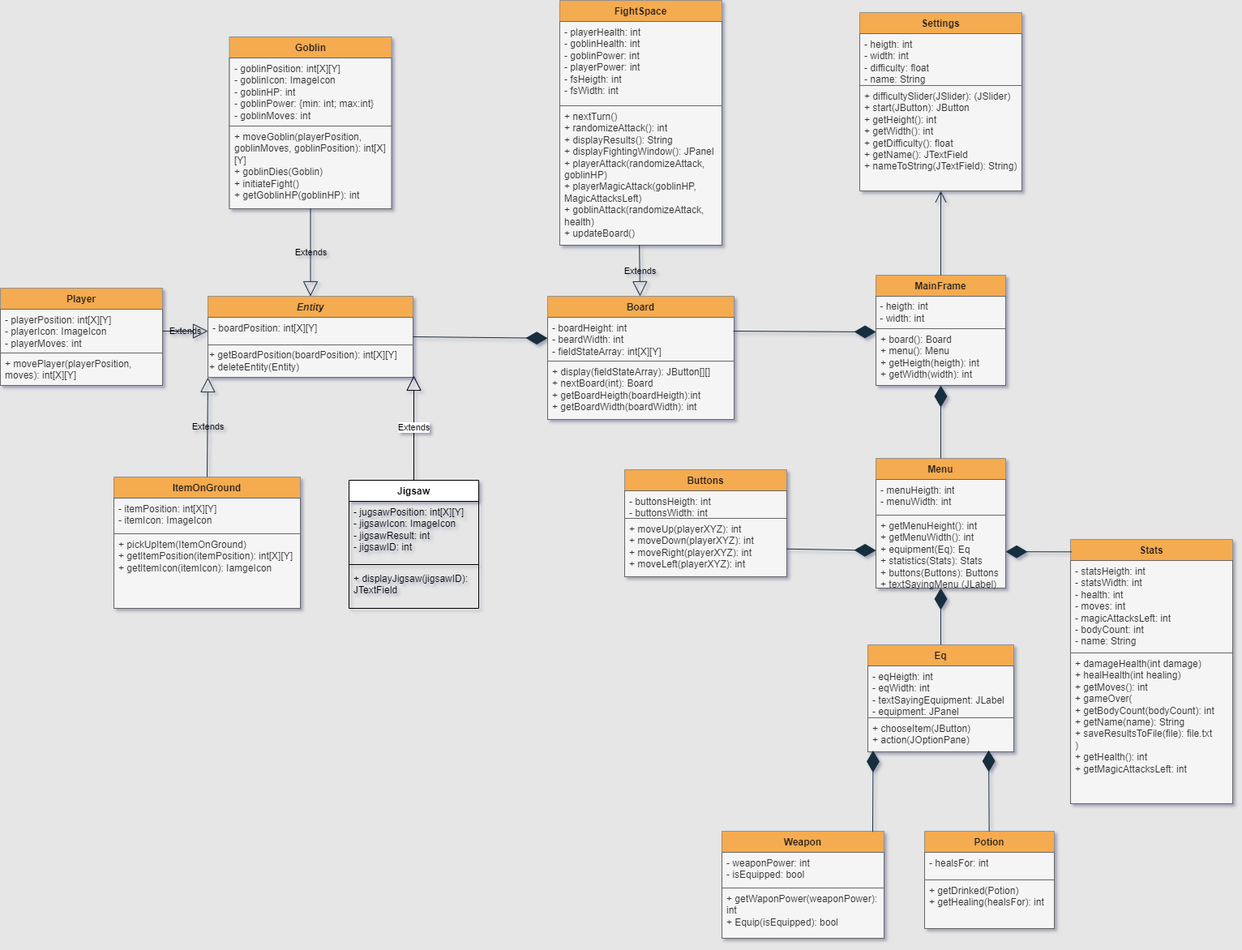
Before: diagram_klas.png, a diagram exported from draw.io (jacob-w4/Java-simple-game). Source tidied: cells renumbered, new cells last; positions are measured from the earlier drawing's top-left corner, leaving out a move shared by most shapes.
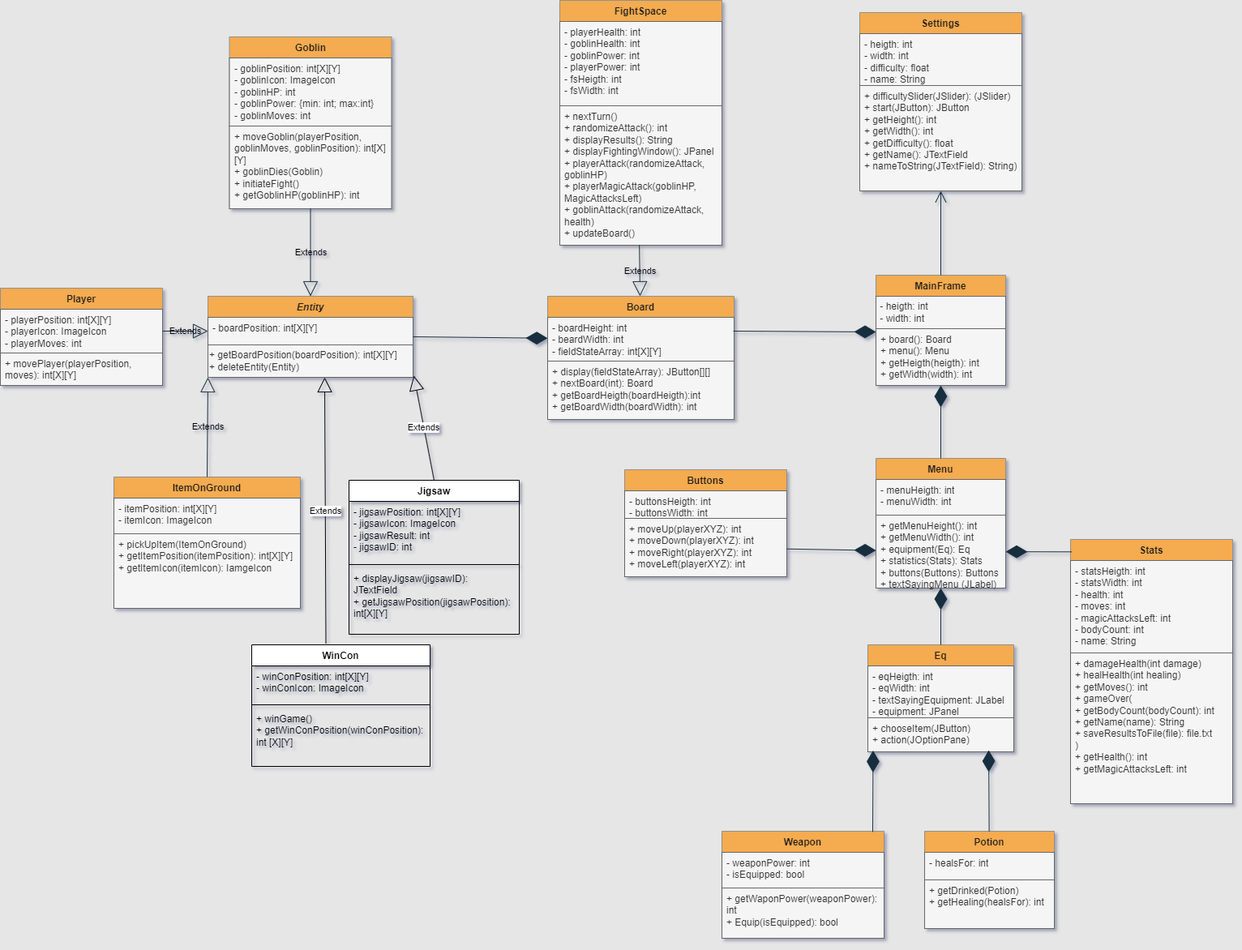
After the commit.

What changed in the source:
```diff
@@ -210,19 +210,36 @@
       <mxGeometry relative="1" as="geometry" />
     </mxCell>
     <mxCell id="71" value="Jigsaw" style="swimlane;fontStyle=1;align=center;verticalAlign=top;horizontal=1;startSize=26;whiteSpace=wrap;html=1;" parent="1" vertex="1">
-      <mxGeometry x="430" y="592" width="160" height="158" as="geometry" />
+      <mxGeometry x="430" y="592" width="210" height="190" as="geometry" />
     </mxCell>
-    <mxCell id="72" value="- jugsawPosition: int[X][Y]&lt;br&gt;- jigsawIcon: ImageIcon&lt;br&gt;- jigsawResult: int&lt;br&gt;- jigsawID: int" style="text;strokeColor=none;fillColor=none;align=left;verticalAlign=top;spacingLeft=4;spacingRight=4;overflow=hidden;whiteSpace=wrap;html=1;" parent="71" vertex="1">
-      <mxGeometry y="26" width="160" height="74" as="geometry" />
+    <mxCell id="72" value="- jigsawPosition: int[X][Y]&lt;br&gt;- jigsawIcon: ImageIcon&lt;br&gt;- jigsawResult: int&lt;br&gt;- jigsawID: int" style="text;strokeColor=none;fillColor=none;align=left;verticalAlign=top;spacingLeft=4;spacingRight=4;overflow=hidden;whiteSpace=wrap;html=1;" parent="71" vertex="1">
+      <mxGeometry y="26" width="210" height="74" as="geometry" />
     </mxCell>
     <mxCell id="73" style="line;strokeWidth=1;fillColor=none;align=left;verticalAlign=middle;spacingTop=-1;spacingLeft=3;spacingRight=3;labelPosition=right;strokeColor=inherit;" parent="71" vertex="1">
-      <mxGeometry y="100" width="160" height="8" as="geometry" />
+      <mxGeometry y="100" width="210" height="8" as="geometry" />
     </mxCell>
-    <mxCell id="74" value="+ displayJigsaw(jigsawID):&lt;br&gt;JTextField" style="text;strokeColor=none;fillColor=none;align=left;verticalAlign=top;spacingLeft=4;spacingRight=4;overflow=hidden;whiteSpace=wrap;html=1;" parent="71" vertex="1">
-      <mxGeometry y="108" width="160" height="50" as="geometry" />
+    <mxCell id="74" value="+ displayJigsaw(jigsawID):&lt;br&gt;JTextField&lt;br&gt;+ getJigsawPosition(jigsawPosition): int[X][Y]" style="text;strokeColor=none;fillColor=none;align=left;verticalAlign=top;spacingLeft=4;spacingRight=4;overflow=hidden;whiteSpace=wrap;html=1;" parent="71" vertex="1">
+      <mxGeometry y="108" width="210" height="82" as="geometry" />
     </mxCell>
     <mxCell id="75" value="Extends" style="endArrow=block;endSize=16;endFill=0;html=1;rounded=0;exitX=0.5;exitY=0;exitDx=0;exitDy=0;entryX=1.004;entryY=0.95;entryDx=0;entryDy=0;entryPerimeter=0;" parent="1" edge="1" source="71" target="33">
       <mxGeometry relative="1" as="geometry" />
     </mxCell>
+    <mxCell id="76" value="WinCon" style="swimlane;fontStyle=1;align=center;verticalAlign=top;horizontal=1;startSize=26;whiteSpace=wrap;html=1;" parent="1" vertex="1">
+      <mxGeometry x="310" y="795" width="220" height="150" as="geometry" />
+    </mxCell>
+    <mxCell id="77" value="- winConPosition: int[X][Y]&lt;br&gt;- winConIcon: ImageIcon" style="text;strokeColor=none;fillColor=none;align=left;verticalAlign=top;spacingLeft=4;spacingRight=4;overflow=hidden;whiteSpace=wrap;html=1;" parent="76" vertex="1">
+      <mxGeometry y="26" width="220" height="44" as="geometry" />
+    </mxCell>
+    <mxCell id="78" style="line;strokeWidth=1;fillColor=none;align=left;verticalAlign=middle;spacingTop=-1;spacingLeft=3;spacingRight=3;labelPosition=right;strokeColor=inherit;" parent="76" vertex="1">
+      <mxGeometry y="70" width="220" height="8" as="geometry" />
+    </mxCell>
+    <mxCell id="79" value="+ winGame()&lt;br&gt;+ getWinConPosition(winConPosition): int [X][Y]" style="text;strokeColor=none;fillColor=none;align=left;verticalAlign=top;spacingLeft=4;spacingRight=4;overflow=hidden;whiteSpace=wrap;html=1;" parent="76" vertex="1">
+      <mxGeometry y="78" width="220" height="72" as="geometry" />
+    </mxCell>
+    <mxCell id="80" value="Extends" style="endArrow=block;endSize=16;endFill=0;html=1;rounded=0;exitX=0.416;exitY=-0.01;exitDx=0;exitDy=0;exitPerimeter=0;" parent="1" edge="1" source="76">
+      <mxGeometry relative="1" as="geometry">
+        <mxPoint x="400" y="465" as="targetPoint" />
+      </mxGeometry>
+    </mxCell>
   </root>
 </mxGraphModel>
```
